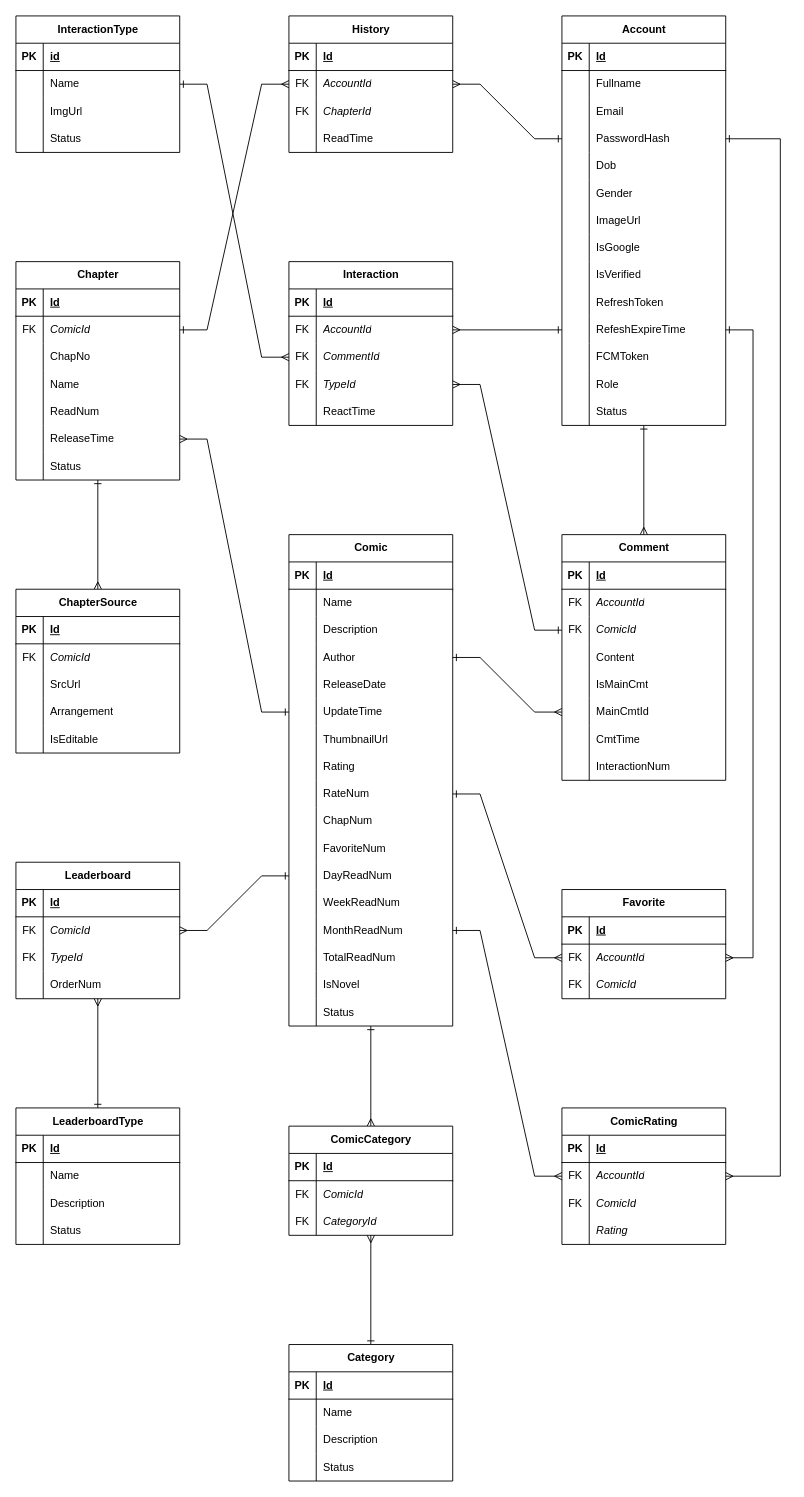
Before: page "Logical" (2 of 2) of OnComics.Database/OnComics-ERD-Diagram.drawio in hiepquoc0607/OnComics, a draw.io diagram. Source tidied: cells renumbered, new cells numbered last; positions are measured from the earlier drawing's top-left corner, leaving out a move shared by most shapes. Both pictures are drawn from the tidied source at 91%, with x=0, y=0 at pixel (15, 15).
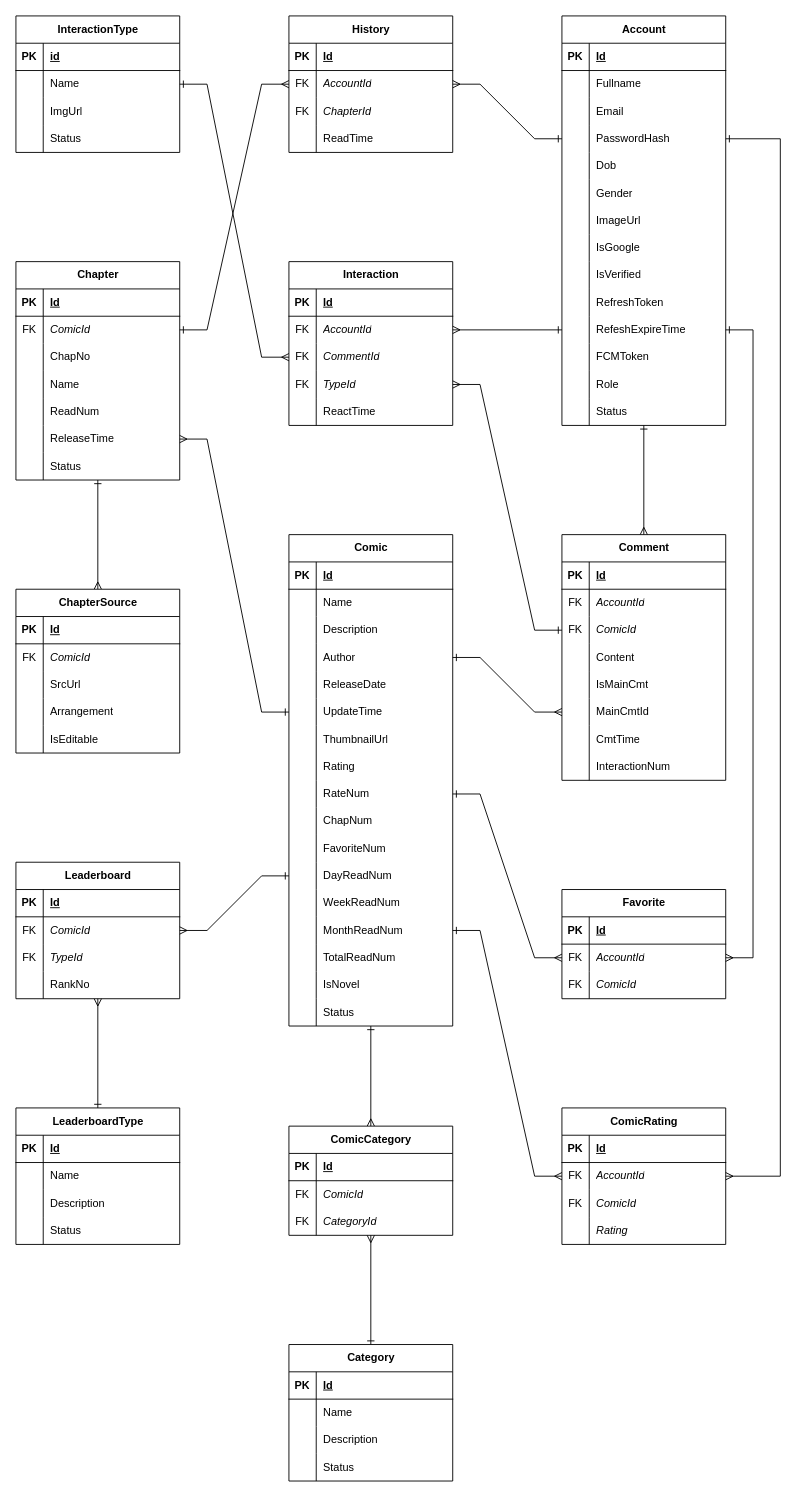
The same page after the edit.

Commit message (it also covers changes not shown here):
Update Database Script

-Fix typo and missing fields from design

The change refers to these unchanged cells:
```xml
<mxCell id="210" style="shape=tableRow;horizontal=0;startSize=0;swimlaneHead=0;swimlaneBody=0;fillColor=none;top=0;left=0;right=0;bottom=0;" parent="200" vertex="1">
  <mxGeometry y="120" width="180" height="30" as="geometry" />
</mxCell>
```

Change to the diagram source:
```diff
@@
-    <mxCell id="212" value="OrderNum" style="shape=partialRectangle;fillColor=none;top=0;left=0;bottom=0;right=0;align=left;spacingLeft=6;overflow=hidden;whiteSpace=wrap;html=1;" parent="210" vertex="1">
+    <mxCell id="212" value="RankNo" style="shape=partialRectangle;fillColor=none;top=0;left=0;bottom=0;right=0;align=left;spacingLeft=6;overflow=hidden;whiteSpace=wrap;html=1;" parent="210" vertex="1">
       <mxGeometry x="30" width="150" height="30" as="geometry" />
     </mxCell>
```
